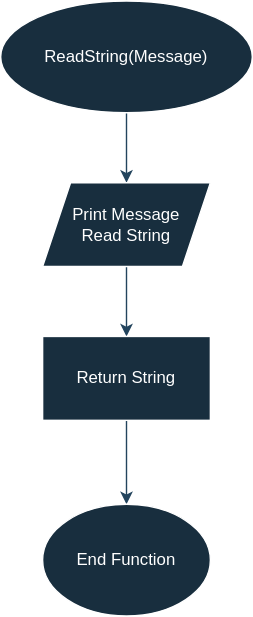
Earlier version of the draw.io export 01_Level/02_ReadAndPrintFullName/FlowChart-ReadString.svg (Ahmad-shehada/Problem-Solving). Source tidied: cells renumbered, new cells last; positions are measured from the earlier drawing's top-left corner, leaving out a move shared by most shapes.
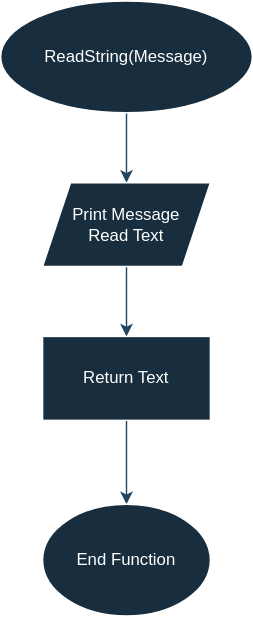
The same diagram one commit later.

Diff of the diagram source:
```diff
@@ -11,13 +11,13 @@
     <mxCell id="4" style="edgeStyle=orthogonalEdgeStyle;rounded=0;jettySize=auto;html=1;strokeColor=#23445D;" parent="1" edge="1" source="5" target="7">
       <mxGeometry relative="1" as="geometry" />
     </mxCell>
-    <mxCell id="5" value="Print Message&lt;div&gt;Read String&lt;/div&gt;" style="shape=parallelogram;perimeter=parallelogramPerimeter;whiteSpace=wrap;html=1;fixedSize=1;fillColor=#182E3E;strokeColor=#FFFFFF;fontColor=#FFFFFF;" parent="1" vertex="1">
+    <mxCell id="5" value="Print Message&lt;div&gt;Read Text&lt;/div&gt;" style="shape=parallelogram;perimeter=parallelogramPerimeter;whiteSpace=wrap;html=1;fixedSize=1;fillColor=#182E3E;strokeColor=#FFFFFF;fontColor=#FFFFFF;" parent="1" vertex="1">
       <mxGeometry x="30" y="130" width="120" height="60" as="geometry" />
     </mxCell>
     <mxCell id="6" style="edgeStyle=orthogonalEdgeStyle;rounded=0;jettySize=auto;html=1;strokeColor=#23445D;" parent="1" edge="1" source="7" target="8">
       <mxGeometry relative="1" as="geometry" />
     </mxCell>
-    <mxCell id="7" value="Return String" style="whiteSpace=wrap;html=1;fillColor=#182E3E;strokeColor=#FFFFFF;fontColor=#FFFFFF;" parent="1" vertex="1">
+    <mxCell id="7" value="Return Text" style="whiteSpace=wrap;html=1;fillColor=#182E3E;strokeColor=#FFFFFF;fontColor=#FFFFFF;" parent="1" vertex="1">
       <mxGeometry x="30" y="240" width="120" height="60" as="geometry" />
     </mxCell>
     <mxCell id="8" value="End Function" style="ellipse;whiteSpace=wrap;html=1;strokeColor=#FFFFFF;fontColor=#FFFFFF;fillColor=#182E3E;" parent="1" vertex="1">
```
